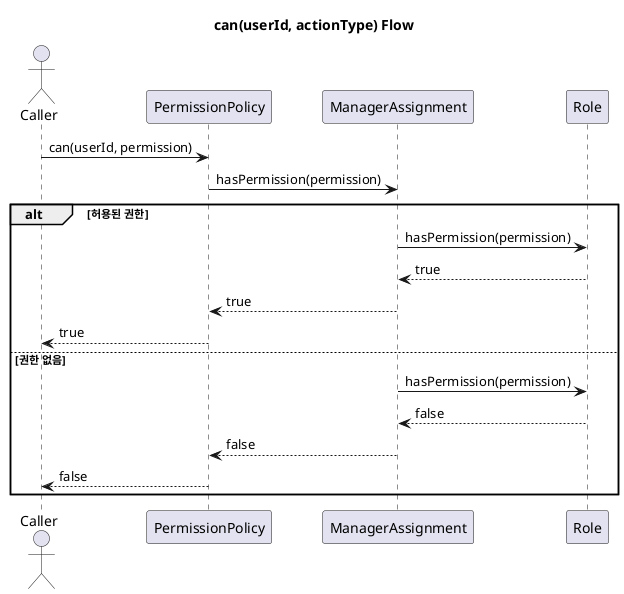
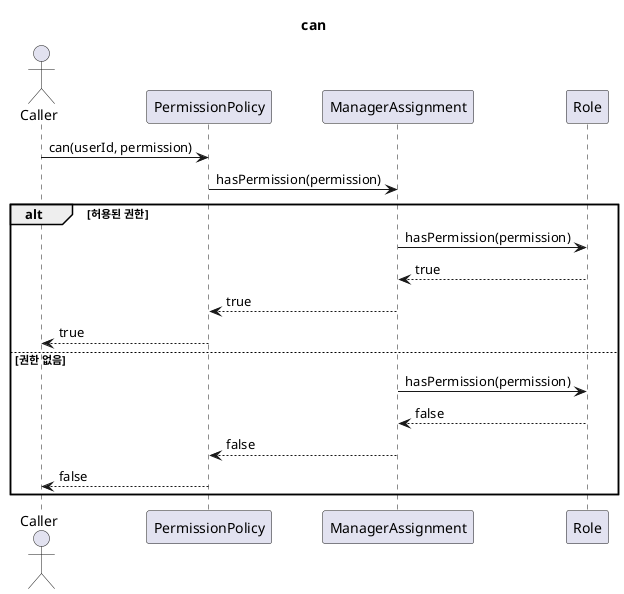
- @startuml
- title can(userId, actionType) Flow
+ @startuml PermissionPolicy_can
+ title can

actor Caller
participant PermissionPolicy
participant ManagerAssignment
participant Role

Caller -> PermissionPolicy : can(userId, permission)

PermissionPolicy -> ManagerAssignment : hasPermission(permission)
alt 허용된 권한
  ManagerAssignment -> Role : hasPermission(permission)
  Role --> ManagerAssignment : true
  ManagerAssignment --> PermissionPolicy : true
  PermissionPolicy --> Caller : true
else 권한 없음
  ManagerAssignment -> Role : hasPermission(permission)
  Role --> ManagerAssignment : false
  ManagerAssignment --> PermissionPolicy : false
  PermissionPolicy --> Caller : false
end
@enduml
